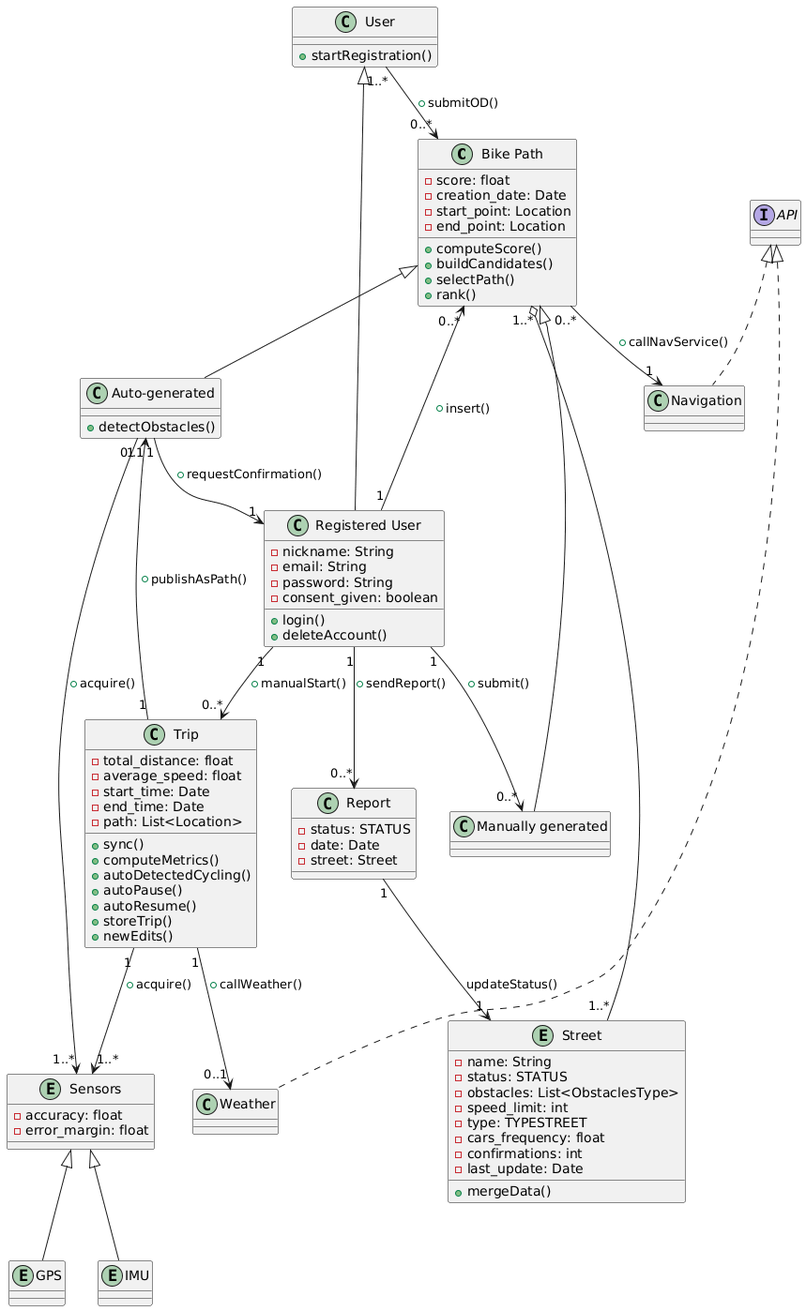
Above: RASD/Images/class_diagram.png in gixium/BPP-System-Design-Specification (PlantUML), before the change.
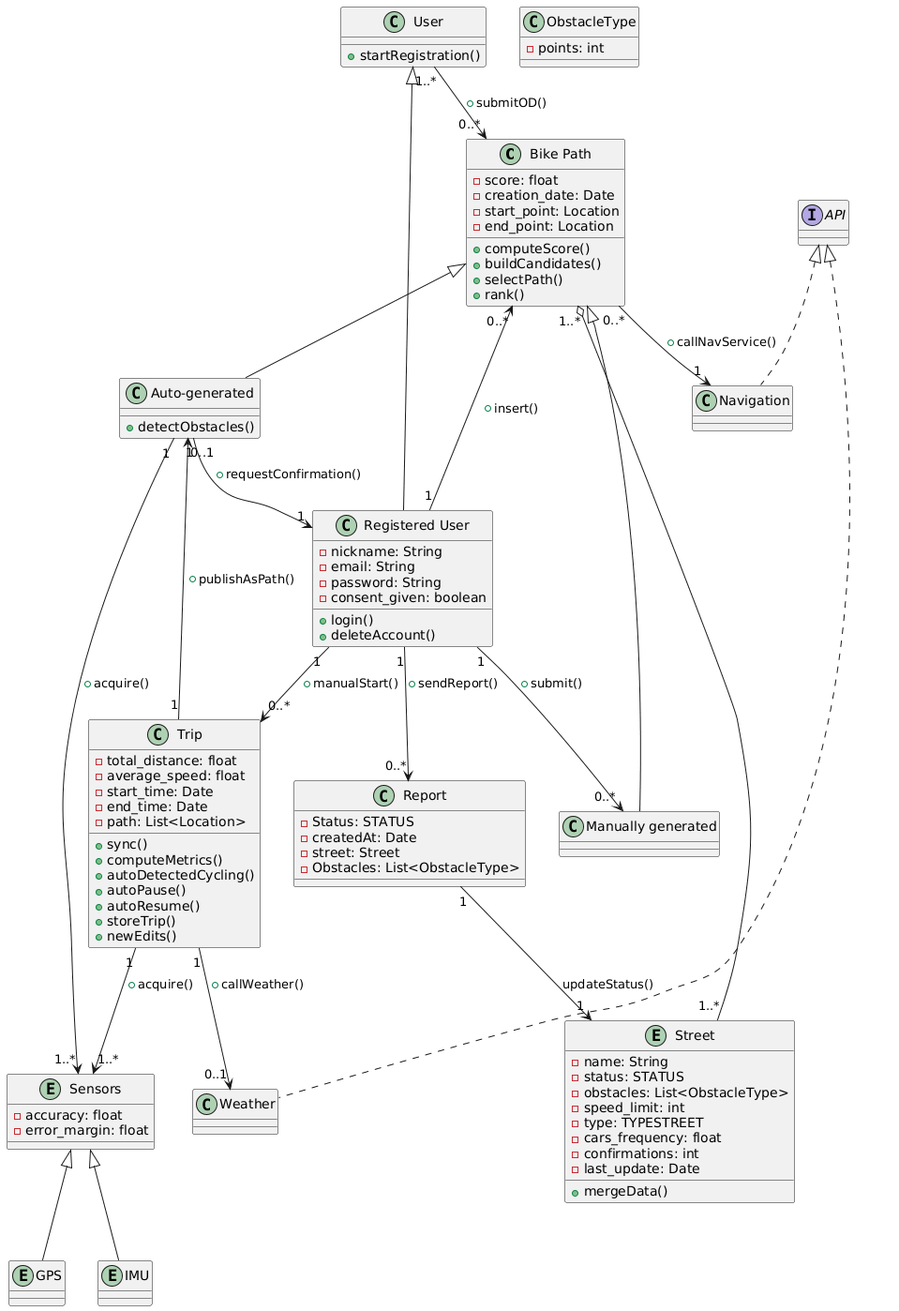
The same diagram one commit later.

Commit message:
updating class diagram

Diff of the diagram source:
```diff
@@ -41,7 +41,7 @@
 entity Street{
   - name: String
   - status: STATUS
-  - obstacles: List<ObstaclesType>
+  - obstacles: List<ObstacleType>
   - speed_limit: int
   - type: TYPESTREET
   - cars_frequency: float
@@ -59,9 +59,13 @@
 class Weather
 class Navigation
 class Report{
-  - status: STATUS
-  - date: Date
+  - Status: STATUS
+  - createdAt: Date
   - street: Street
+  - Obstacles: List<ObstacleType>
+}
+class "ObstacleType"{
+  - points: int
 }
 "Bike Path" <|-- "Auto-generated"
 "Bike Path" <|-- "Manually generated"
```
